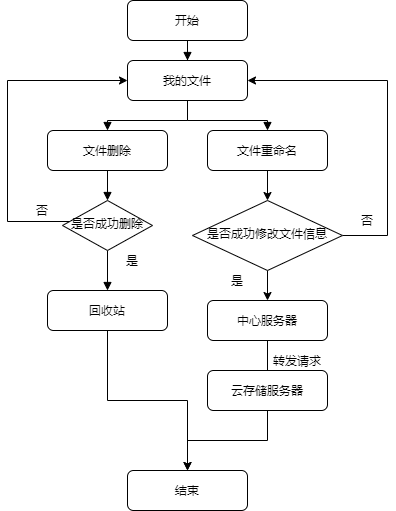
Earlier version of the draw.io export 文件上传下载流程图.png (deepinsea/draw). Source tidied: cells renumbered, new cells last; positions are measured from the earlier drawing's top-left corner, leaving out a move shared by most shapes.
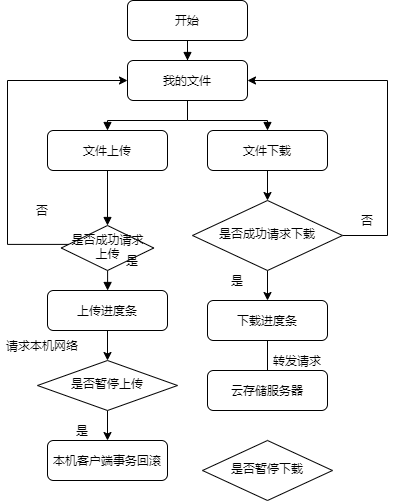
Above is the later version.

Commit message:
更新文件上传下载流程图.png

What changed in the source:
```diff
@@ -24,19 +24,21 @@
     <mxCell id="7" style="edgeStyle=orthogonalEdgeStyle;rounded=0;jettySize=auto;html=1;entryX=0.5;entryY=0;entryDx=0;entryDy=0;startArrow=none;startFill=0;endArrow=classic;endFill=1;" parent="1" edge="1" source="8" target="22">
       <mxGeometry relative="1" as="geometry" />
     </mxCell>
-    <mxCell id="8" value="文件重命名" style="rounded=1;whiteSpace=wrap;html=1;fontSize=12;glass=0;strokeWidth=1;shadow=0;" parent="1" vertex="1">
+    <mxCell id="8" value="文件下载" style="rounded=1;whiteSpace=wrap;html=1;fontSize=12;glass=0;strokeWidth=1;shadow=0;" parent="1" vertex="1">
       <mxGeometry x="200" y="130" width="120" height="40" as="geometry" />
     </mxCell>
     <mxCell id="9" style="edgeStyle=orthogonalEdgeStyle;rounded=0;jettySize=auto;html=1;entryX=0.5;entryY=0;entryDx=0;entryDy=0;endArrow=block;endFill=1;" parent="1" edge="1" source="10" target="12">
       <mxGeometry relative="1" as="geometry" />
     </mxCell>
-    <mxCell id="10" value="是否成功删除" style="rhombus;whiteSpace=wrap;html=1;shadow=0;fontFamily=Helvetica;fontSize=12;align=center;strokeWidth=1;spacing=6;spacingTop=-4;" parent="1" vertex="1">
-      <mxGeometry x="55" y="200" width="90" height="50" as="geometry" />
+    <mxCell id="10" value="是否成功请求上传" style="rhombus;whiteSpace=wrap;html=1;shadow=0;fontFamily=Helvetica;fontSize=12;align=center;strokeWidth=1;spacing=6;spacingTop=-4;" parent="1" vertex="1">
+      <mxGeometry x="53.8" y="225" width="92.5" height="45" as="geometry" />
     </mxCell>
-    <mxCell id="11" style="edgeStyle=orthogonalEdgeStyle;rounded=0;jettySize=auto;html=1;startArrow=none;startFill=0;endArrow=classic;endFill=1;" parent="1" edge="1" source="12" target="30">
-      <mxGeometry relative="1" as="geometry" />
-    </mxCell>
+    <mxCell id="31" style="edgeStyle=orthogonalEdgeStyle;rounded=0;jettySize=auto;html=1;entryX=0.5;entryY=0;entryDx=0;entryDy=0;" parent="1" edge="1" source="12">
+      <mxGeometry relative="1" as="geometry">
+        <mxPoint x="100" y="360" as="targetPoint" />
+      </mxGeometry>
+    </mxCell>
-    <mxCell id="12" value="回收站" style="rounded=1;whiteSpace=wrap;html=1;fontSize=12;glass=0;strokeWidth=1;shadow=0;" parent="1" vertex="1">
+    <mxCell id="12" value="上传进度条" style="rounded=1;whiteSpace=wrap;html=1;fontSize=12;glass=0;strokeWidth=1;shadow=0;" parent="1" vertex="1">
       <mxGeometry x="40" y="290" width="120" height="40" as="geometry" />
     </mxCell>
     <mxCell id="13" style="edgeStyle=orthogonalEdgeStyle;rounded=0;jettySize=auto;html=1;entryX=0.5;entryY=0;entryDx=0;entryDy=0;endArrow=block;endFill=1;" parent="1" edge="1" source="15" target="10">
@@ -47,7 +49,7 @@
         <mxPoint y="80" as="targetPoint" />
       </mxGeometry>
     </mxCell>
-    <mxCell id="15" value="文件删除" style="rounded=1;whiteSpace=wrap;html=1;fontSize=12;glass=0;strokeWidth=1;shadow=0;" parent="1" vertex="1">
+    <mxCell id="15" value="文件上传" style="rounded=1;whiteSpace=wrap;html=1;fontSize=12;glass=0;strokeWidth=1;shadow=0;" parent="1" vertex="1">
       <mxGeometry x="40" y="130" width="120" height="40" as="geometry" />
     </mxCell>
     <mxCell id="16" style="edgeStyle=orthogonalEdgeStyle;rounded=0;jettySize=auto;html=1;entryX=0.5;entryY=0;entryDx=0;entryDy=0;endArrow=block;endFill=1;" parent="1" edge="1" source="17" target="6">
@@ -70,7 +72,7 @@
     <mxCell id="21" style="edgeStyle=orthogonalEdgeStyle;rounded=0;jettySize=auto;html=1;entryX=0.5;entryY=0;entryDx=0;entryDy=0;startArrow=none;startFill=0;endArrow=classic;endFill=1;" parent="1" edge="1" source="22" target="26">
       <mxGeometry relative="1" as="geometry" />
     </mxCell>
-    <mxCell id="22" value="是否成功修改文件信息" style="rhombus;whiteSpace=wrap;html=1;shadow=0;fontFamily=Helvetica;fontSize=12;align=center;strokeWidth=1;spacing=6;spacingTop=-4;" parent="1" vertex="1">
+    <mxCell id="22" value="是否成功请求下载" style="rhombus;whiteSpace=wrap;html=1;shadow=0;fontFamily=Helvetica;fontSize=12;align=center;strokeWidth=1;spacing=6;spacingTop=-4;" parent="1" vertex="1">
       <mxGeometry x="185" y="200" width="150" height="70" as="geometry" />
     </mxCell>
     <mxCell id="23" value="否" style="text;html=1;strokeColor=none;fillColor=none;align=center;verticalAlign=middle;whiteSpace=wrap;rounded=0;" parent="1" vertex="1">
@@ -84,20 +86,32 @@
         <mxPoint x="260" y="380" as="targetPoint" />
       </mxGeometry>
     </mxCell>
-    <mxCell id="26" value="中心服务器" style="rounded=1;whiteSpace=wrap;html=1;fontSize=12;glass=0;strokeWidth=1;shadow=0;" parent="1" vertex="1">
+    <mxCell id="26" value="下载进度条" style="rounded=1;whiteSpace=wrap;html=1;fontSize=12;glass=0;strokeWidth=1;shadow=0;" parent="1" vertex="1">
       <mxGeometry x="200" y="300" width="120" height="40" as="geometry" />
     </mxCell>
-    <mxCell id="27" style="edgeStyle=orthogonalEdgeStyle;rounded=0;jettySize=auto;html=1;entryX=0.5;entryY=0;entryDx=0;entryDy=0;startArrow=none;startFill=0;endArrow=classic;endFill=1;" parent="1" edge="1" source="28" target="30">
-      <mxGeometry relative="1" as="geometry" />
-    </mxCell>
     <mxCell id="28" value="云存储服务器" style="rounded=1;whiteSpace=wrap;html=1;fontSize=12;glass=0;strokeWidth=1;shadow=0;" parent="1" vertex="1">
       <mxGeometry x="200" y="370" width="120" height="40" as="geometry" />
     </mxCell>
     <mxCell id="29" value="转发请求" style="text;html=1;strokeColor=none;fillColor=none;align=center;verticalAlign=middle;whiteSpace=wrap;rounded=0;" parent="1" vertex="1">
       <mxGeometry x="260" y="350" width="60" height="20" as="geometry" />
     </mxCell>
-    <mxCell id="30" value="结束" style="rounded=1;whiteSpace=wrap;html=1;fontSize=12;glass=0;strokeWidth=1;shadow=0;" parent="1" vertex="1">
-      <mxGeometry x="120" y="470" width="120" height="40" as="geometry" />
-    </mxCell>
+    <mxCell id="32" value="请求本机网络" style="text;html=1;strokeColor=none;fillColor=none;align=center;verticalAlign=middle;whiteSpace=wrap;rounded=0;" parent="1" vertex="1">
+      <mxGeometry x="-2" y="330" width="74" height="30" as="geometry" />
+    </mxCell>
+    <mxCell id="33" style="edgeStyle=orthogonalEdgeStyle;rounded=0;jettySize=auto;html=1;entryX=0.5;entryY=0;entryDx=0;entryDy=0;" parent="1" edge="1" source="34" target="36">
+      <mxGeometry relative="1" as="geometry" />
+    </mxCell>
+    <mxCell id="34" value="是否暂停上传" style="rhombus;whiteSpace=wrap;html=1;shadow=0;fontFamily=Helvetica;fontSize=12;align=center;strokeWidth=1;spacing=6;spacingTop=-4;" parent="1" vertex="1">
+      <mxGeometry x="30" y="360" width="140" height="50" as="geometry" />
+    </mxCell>
+    <mxCell id="35" value="是否暂停下载" style="rhombus;whiteSpace=wrap;html=1;shadow=0;fontFamily=Helvetica;fontSize=12;align=center;strokeWidth=1;spacing=6;spacingTop=-4;" parent="1" vertex="1">
+      <mxGeometry x="195" y="440" width="130" height="60" as="geometry" />
+    </mxCell>
+    <mxCell id="36" value="本机客户端事务回滚" style="rounded=1;whiteSpace=wrap;html=1;fontSize=12;glass=0;strokeWidth=1;shadow=0;" parent="1" vertex="1">
+      <mxGeometry x="40" y="440" width="120" height="40" as="geometry" />
+    </mxCell>
+    <mxCell id="37" value="是" style="text;html=1;strokeColor=none;fillColor=none;align=center;verticalAlign=middle;whiteSpace=wrap;rounded=0;" parent="1" vertex="1">
+      <mxGeometry x="55" y="420" width="40" height="20" as="geometry" />
+    </mxCell>
   </root>
 </mxGraphModel>
```
